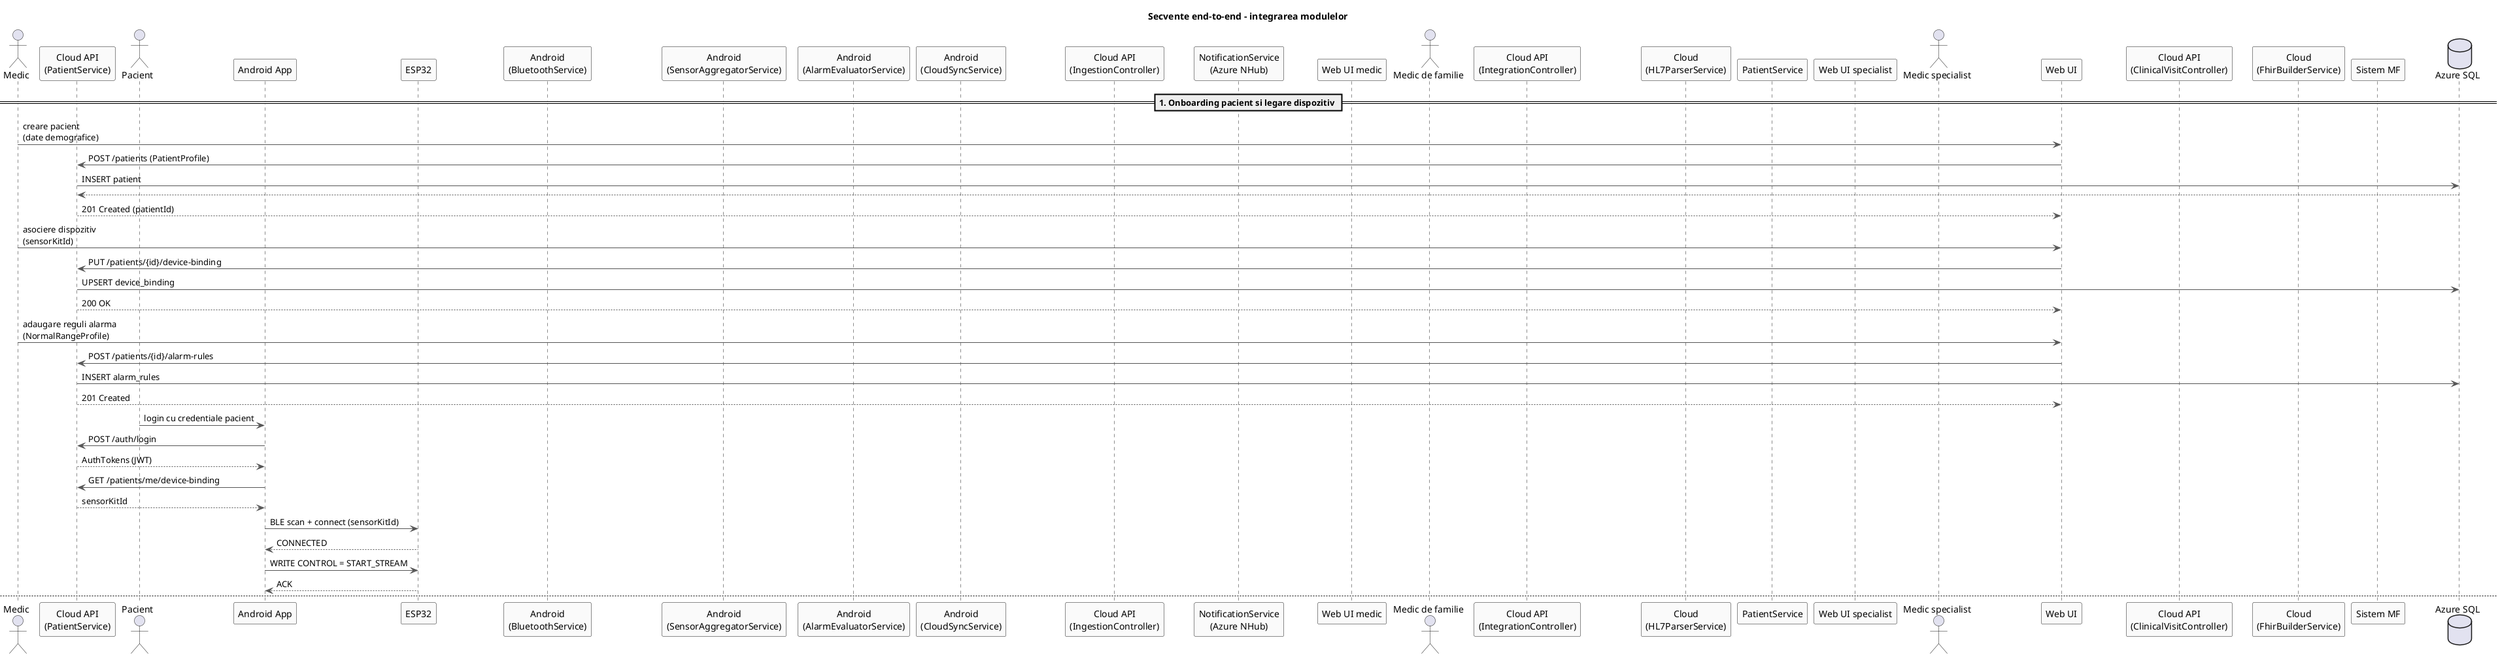
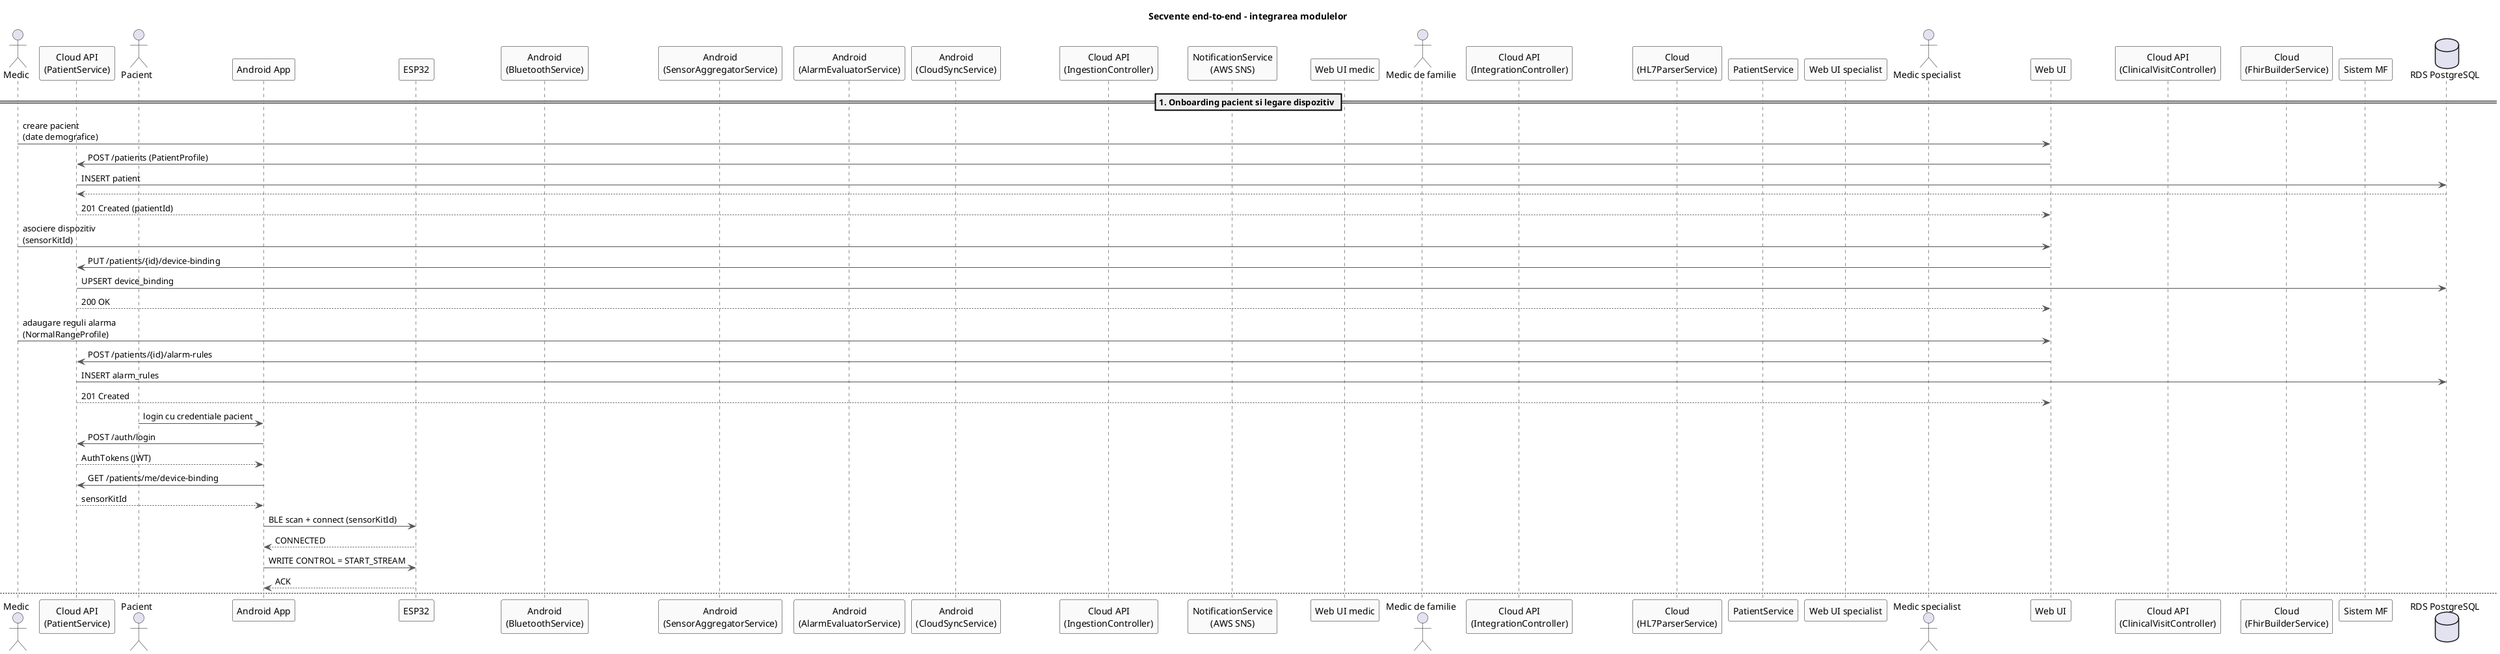
@startuml sequences
title Secvente end-to-end - integrarea modulelor

skinparam ArrowColor #555555
skinparam SequenceBoxBorderColor #999999
skinparam ParticipantBackgroundColor #FAFAFA
skinparam NoteBackgroundColor #FFFDE7

' ============================================================
' SECVENTA 1 - ONBOARDING PACIENT
' ============================================================

actor "Medic" as M
participant "Web UI" as W
participant "Cloud API\n(PatientService)" as CP
- database "Azure SQL" as DB
+ database "RDS PostgreSQL" as DB
actor "Pacient" as P
participant "Android App" as AND
participant "ESP32" as ESP

== 1. Onboarding pacient si legare dispozitiv ==

M -> W  : creare pacient\n(date demografice)
W -> CP : POST /patients (PatientProfile)
CP -> DB: INSERT patient
DB --> CP
CP --> W: 201 Created (patientId)

M -> W  : asociere dispozitiv\n(sensorKitId)
W -> CP : PUT /patients/{id}/device-binding
CP -> DB: UPSERT device_binding
CP --> W: 200 OK

M -> W  : adaugare reguli alarma\n(NormalRangeProfile)
W -> CP : POST /patients/{id}/alarm-rules
CP -> DB: INSERT alarm_rules
CP --> W: 201 Created

P -> AND: login cu credentiale pacient
AND -> CP: POST /auth/login
CP --> AND: AuthTokens (JWT)

AND -> CP: GET /patients/me/device-binding
CP --> AND: sensorKitId

AND -> ESP: BLE scan + connect (sensorKitId)
ESP --> AND: CONNECTED
AND -> ESP: WRITE CONTROL = START_STREAM
ESP --> AND: ACK

newpage

' ============================================================
' SECVENTA 2 - MASURATORI PERIODICE
' ============================================================

participant "ESP32" as ESP
participant "Android\n(BluetoothService)" as BT
participant "Android\n(SensorAggregatorService)" as AGG
participant "Android\n(CloudSyncService)" as CS
participant "Cloud API\n(IngestionController)" as IC
- database "Azure SQL" as DB
+ database "RDS PostgreSQL" as DB

== 2. Masuratori - flux de 30 secunde ==

loop de 3 ori (ferestre de 10 s)
  ESP -> BT : NOTIFY SensorFrame (binar)
  BT -> AGG : onSensorFrameReceived(SensorSample)
  AGG -> AGG: addSample() -- acumulare 10 s
end

AGG -> AGG : flushAggregatedWindow()\nproduce UplinkBatch

AGG -> CS  : syncMeasurements(UplinkBatch)
CS  -> IC  : POST /ingestion/measurements\n(Authorization: Bearer JWT)

alt idempotency hit
  IC --> CS : 409 Conflict (batchId existent)
else success
  IC -> DB  : INSERT MeasurementBatch
  DB --> IC : OK
  IC --> CS : 202 Accepted
end

newpage

' ============================================================
' SECVENTA 3 - ALARMA ASINCRONA
' ============================================================

participant "Android\n(SensorAggregatorService)" as AGG
participant "Android\n(AlarmEvaluatorService)" as AE
participant "Android\n(CloudSyncService)" as CS
participant "Cloud API\n(IngestionController)" as IC
- participant "NotificationService\n(Azure NHub)" as NH
+ participant "NotificationService\n(AWS SNS)" as NH
participant "Web UI medic" as WUI

== 3. Alarma declansata la prag ==

AGG -> AE : onSample(SensorSample)
AE -> AE  : matchRule(profile)
note right of AE
  ex: puls > 120 bpm
  pentru > 30 s
end note

AE -> CS  : emitAlert(AlertEvent)
CS -> IC  : POST /ingestion/alerts (AlertEvent)
IC --> CS : 201 Created

IC -> NH  : publishAlertToDoctor(alert)
NH --> WUI: push / SSE (alerta activa)

note over WUI
  Medicul vede alarma
  in dashboard-ul web
  si poate lua decizii.
end note

newpage

' ============================================================
' SECVENTA 4 - HL7 INBOUND (TRIMITERE DE LA MF)
' ============================================================

actor "Medic de familie" as MF
participant "Sistem MF" as MFSYS
participant "Cloud API\n(IntegrationController)" as INT
participant "Cloud\n(HL7ParserService)" as PAR
participant "PatientService" as PS
- database "Azure SQL" as DB
+ database "RDS PostgreSQL" as DB
participant "Web UI specialist" as WEB

== 4. Primire trimitere HL7 de la medicul de familie ==

MF -> MFSYS : completeaza trimitere
MFSYS -> INT: POST /integrations/hl7/inbound\n(text/plain HL7 v2)
INT -> PAR  : parseHl7ReferralMessage(raw)
PAR --> INT : Referral(patient, reason, diagnostic)

INT -> PS   : upsertPatientFromReferral()
PS -> DB    : UPSERT patient + INSERT referral
DB --> PS
PS --> INT

INT --> MFSYS: 202 Accepted (ACK HL7)

WEB -> INT  : GET /integrations/referrals/incoming
INT --> WEB : lista trimiteri noi

newpage

' ============================================================
' SECVENTA 5 - FHIR OUTBOUND (SCRISOARE MEDICALA)
' ============================================================

actor "Medic specialist" as MS
participant "Web UI" as W
participant "Cloud API\n(ClinicalVisitController)" as CV
participant "Cloud\n(FhirBuilderService)" as FHIR
participant "Sistem MF (FHIR)" as MFSYS
- database "Azure SQL" as DB
+ database "RDS PostgreSQL" as DB

== 5. Trimitere scrisoare medicala FHIR catre MF ==

MS -> W : finalizeaza consultatie\n(diagnostic + recomandari)
W -> CV : POST /visits/{id}/finalize
CV -> DB: UPDATE visit (status=FINALIZED)

CV -> FHIR: buildMedicalLetter(visitId)
FHIR -> DB: SELECT visit + patient + observations
DB --> FHIR
FHIR --> CV: FHIR Bundle (R4)

CV -> MFSYS: POST /fhir/Bundle\nBearer token OAuth2
MFSYS --> CV: 201 Created (Bundle id)

CV -> DB : INSERT outbound_log (bundle id, hash)
CV --> W : 200 OK (scrisoare trimisa)

@enduml
